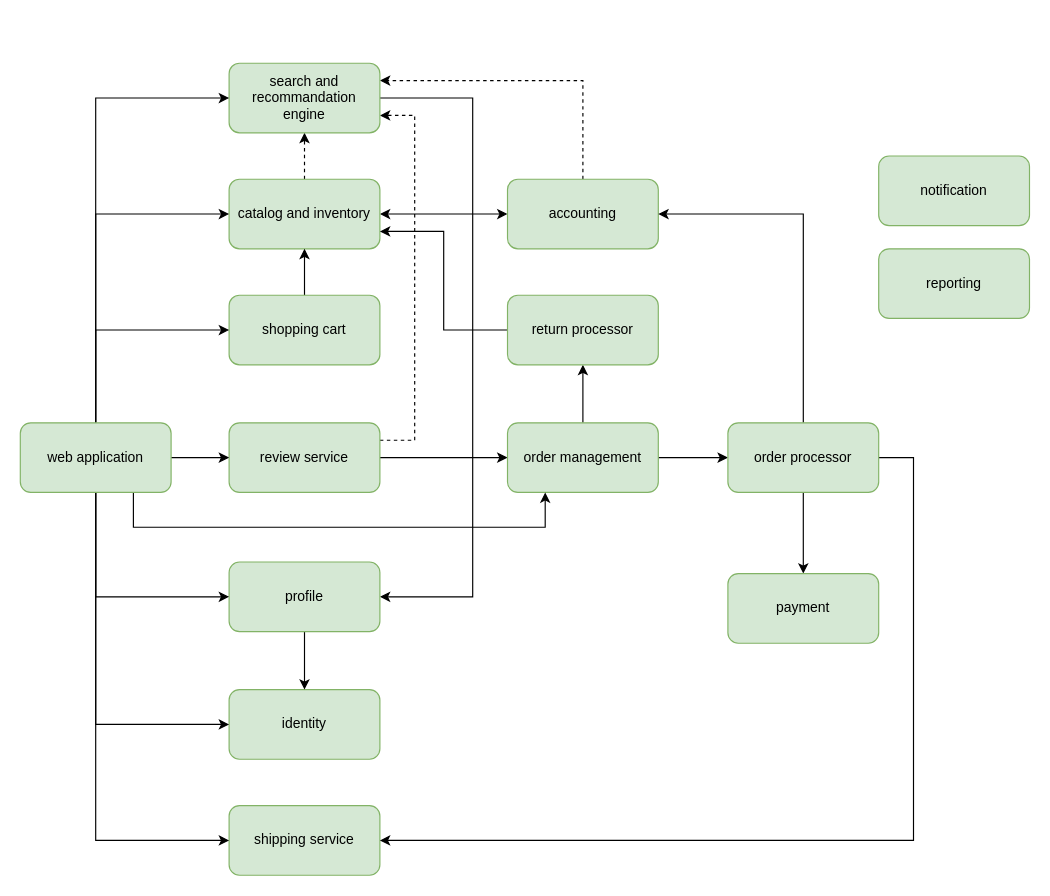
Above: workflows/global_architecture.drawio in movies-albrains/.github (draw.io), before the change. Source tidied: cells renumbered, new cells numbered last; positions are measured from the earlier drawing's top-left corner, leaving out a move shared by most shapes. Both pictures are drawn from the tidied source at 116%, with x=0, y=0 at pixel (20, 63).
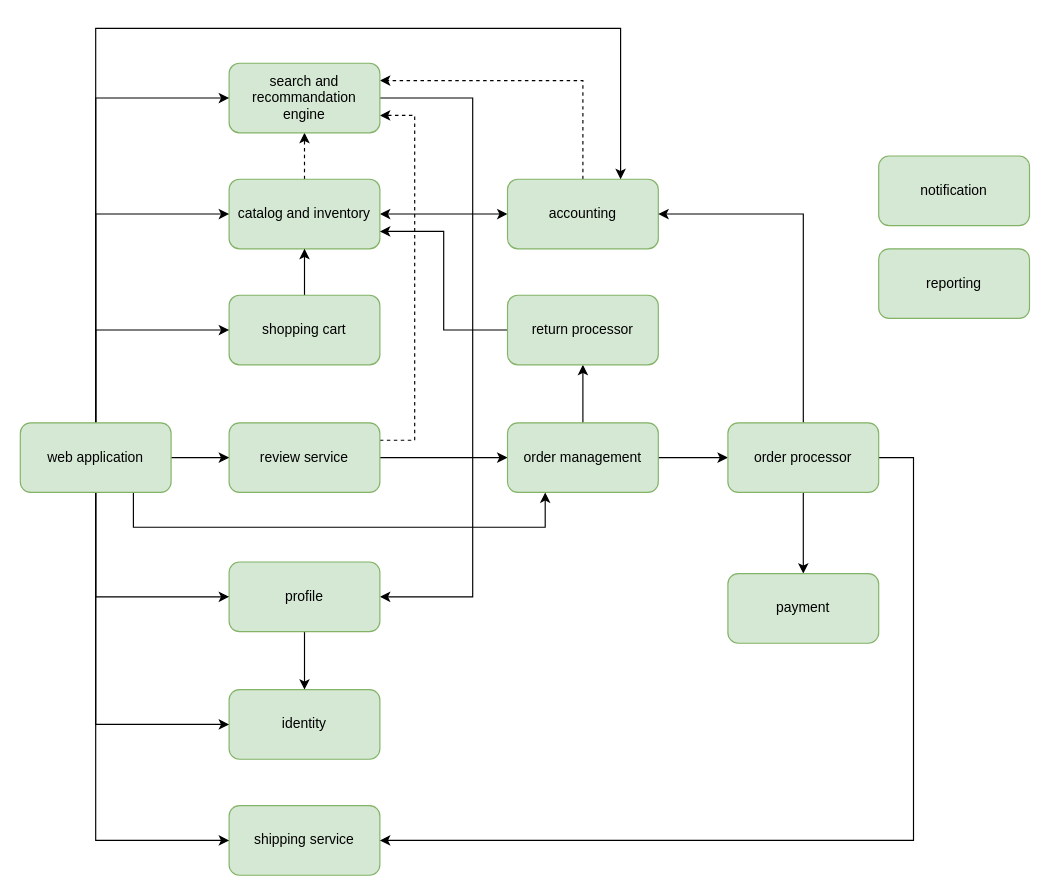
Above is the later version.

Commit message:
Mettre à jour global_architecture.drawio

Unchanged cells that the change refers to:
```xml
<mxCell id="6" value="accounting" style="rounded=1;whiteSpace=wrap;html=1;fillColor=#d5e8d4;strokeColor=#82b366;" parent="1" vertex="1">
  <mxGeometry x="420" y="100" width="130" height="60" as="geometry" />
</mxCell>
<mxCell id="33" value="web application" style="rounded=1;whiteSpace=wrap;html=1;fillColor=#d5e8d4;strokeColor=#82b366;" parent="1" vertex="1">
  <mxGeometry y="310" width="130" height="60" as="geometry" />
</mxCell>
```

What changed in the source:
```diff
@@
+    <mxCell id="39" style="edgeStyle=orthogonalEdgeStyle;rounded=0;jettySize=auto;html=1;entryX=0.75;entryY=0;entryDx=0;entryDy=0;" parent="1" edge="1" source="33" target="6">
+      <mxGeometry relative="1" as="geometry">
+        <Array as="points">
+          <mxPoint x="65" y="-30" />
+          <mxPoint x="518" y="-30" />
+        </Array>
+      </mxGeometry>
+    </mxCell>
```
